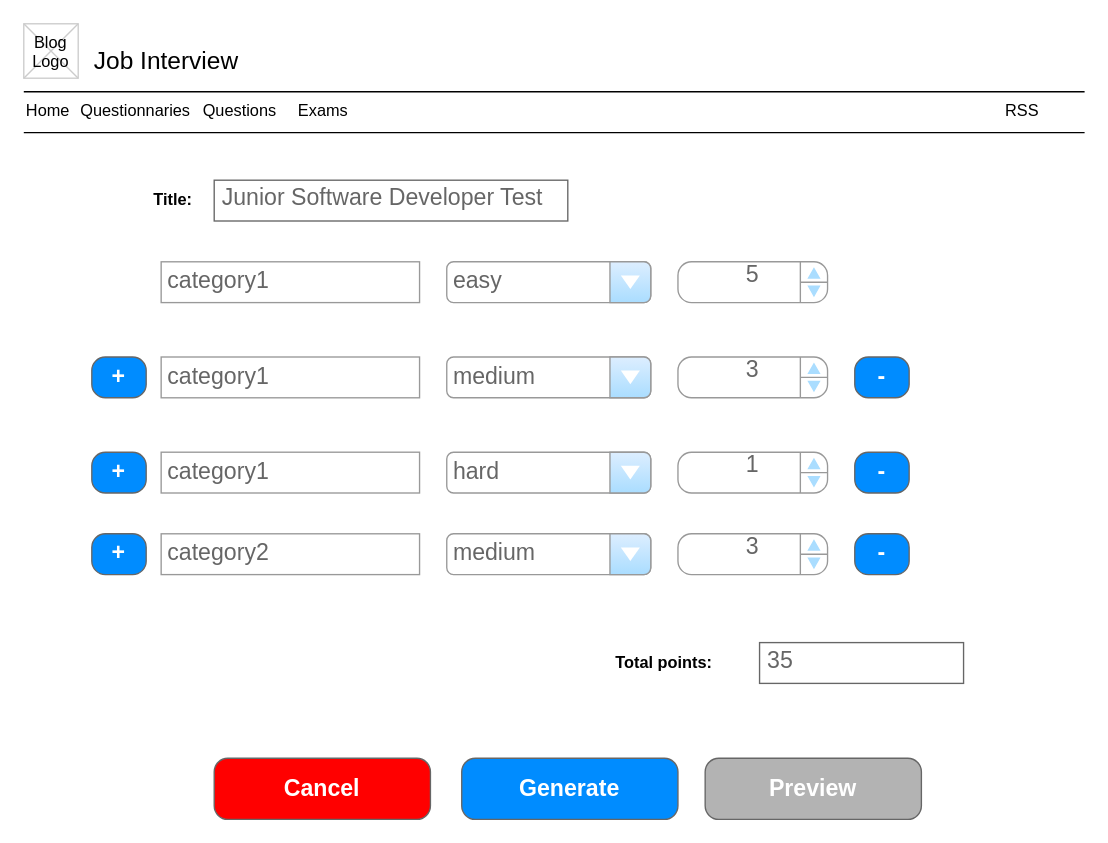
This is questionnaire.drawio from marina-bozic/s3-terraform, a draw.io file, before an edit. Source tidied: cells renumbered, new cells numbered last; positions are measured from the earlier drawing's top-left corner, leaving out a move shared by most shapes. Both pictures are drawn from the tidied source at 136%, with x=0, y=0 at pixel (23, 23).
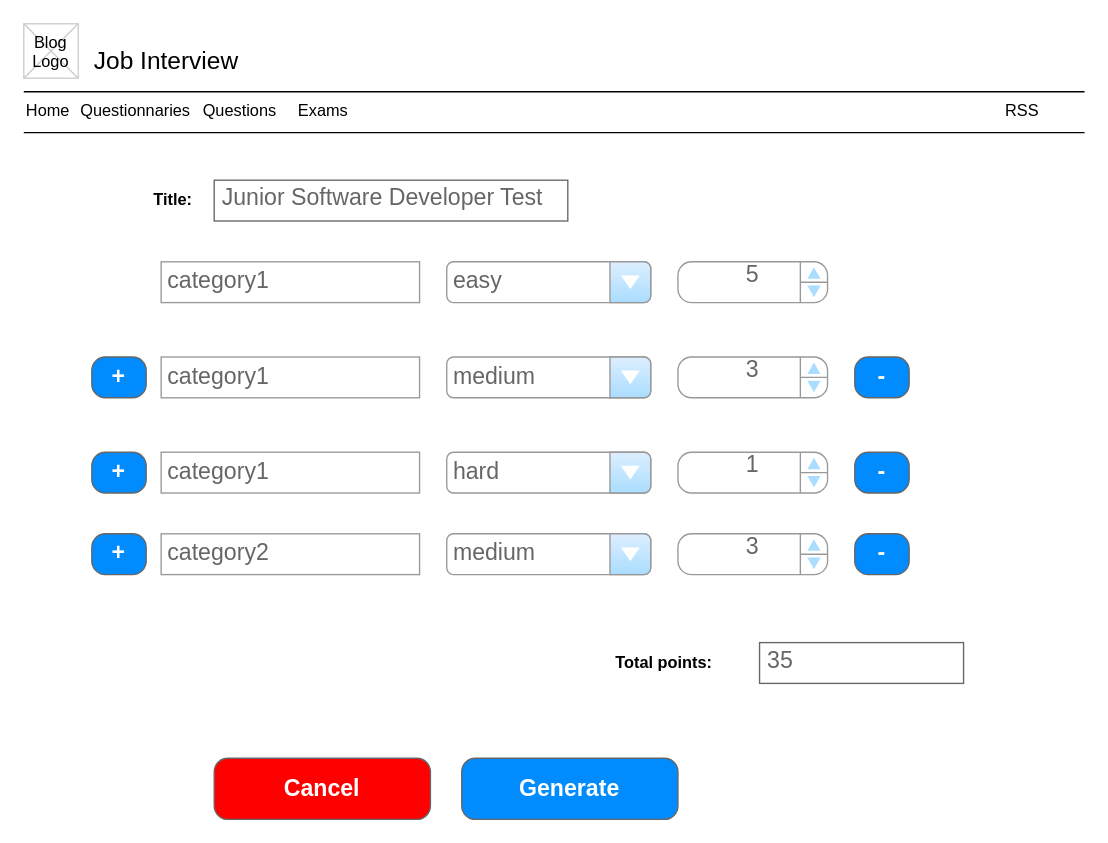
After the change.

The edit, as a diff of the source:
```diff
@@
-    <mxCell id="34" value="Preview" style="strokeWidth=1;shadow=0;dashed=0;align=center;html=1;shape=mxgraph.mockup.buttons.button;strokeColor=#666666;fontColor=#ffffff;mainText=;buttonStyle=round;fontSize=17;fontStyle=1;fillColor=#B3B3B3;whiteSpace=wrap;" parent="1" vertex="1">
-      <mxGeometry x="501" y="540" width="159" height="45" as="geometry" />
-    </mxCell>
```
